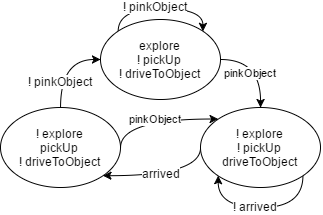
This is images/autSimple.png from MOD-ASL/HSCC2017, a draw.io export, as it was before one commit. Source tidied: cells renumbered, new cells last; positions are measured from the earlier drawing's top-left corner, leaving out a move shared by most shapes. The source it was exported from:
```xml
<mxGraphModel background="#ffffff">
  <root>
    <mxCell id="0" />
    <mxCell id="1" parent="0" />
    <mxCell id="2" style="edgeStyle=orthogonalEdgeStyle;curved=1;html=1;exitX=0;exitY=0.5;entryX=1;entryY=1;startArrow=none;startFill=0;endArrow=classic;endFill=1;jettySize=auto;strokeWidth=1;" parent="1" edge="1" source="5" target="12">
      <mxGeometry x="262.4" y="279.1" as="geometry">
        <Array as="points">
          <mxPoint x="200" y="169" />
        </Array>
      </mxGeometry>
    </mxCell>
    <mxCell id="3" value="arrived" style="text;html=1;align=center;verticalAlign=middle;labelBackgroundColor=#ffffff;" parent="2" vertex="1">
      <mxGeometry x="0.07" y="-2" relative="1" as="geometry" />
    </mxCell>
    <mxCell id="4" value="arrived" style="text;html=1;align=center;verticalAlign=middle;labelBackgroundColor=#ffffff;" parent="1" vertex="1">
      <mxGeometry x="161" y="167.2" as="geometry" />
    </mxCell>
    <mxCell id="5" value="! explore&lt;div&gt;! pickUp&lt;/div&gt;&lt;div&gt;driveToObject&lt;/div&gt;" style="ellipse;whiteSpace=wrap;html=1;strokeWidth=1;" parent="1" vertex="1">
      <mxGeometry x="200" y="101" width="120" height="80" as="geometry" />
    </mxCell>
    <mxCell id="6" value="pinkObject" style="edgeStyle=orthogonalEdgeStyle;curved=1;html=1;exitX=1;exitY=0.5;entryX=0.5;entryY=0;startArrow=none;startFill=0;endArrow=classic;endFill=1;jettySize=auto;strokeWidth=1;" parent="1" edge="1" source="7" target="5">
      <mxGeometry x="380" y="191" as="geometry">
        <Array as="points">
          <mxPoint x="260" y="53" />
        </Array>
      </mxGeometry>
    </mxCell>
    <mxCell id="7" value="explore&lt;div&gt;! pickUp&lt;/div&gt;&lt;div&gt;! driveToObject&lt;/div&gt;" style="ellipse;whiteSpace=wrap;html=1;strokeWidth=1;" parent="1" vertex="1">
      <mxGeometry x="100" y="13" width="120" height="80" as="geometry" />
    </mxCell>
    <mxCell id="8" style="edgeStyle=orthogonalEdgeStyle;curved=1;html=1;exitX=0.5;exitY=0;entryX=0;entryY=0.5;startArrow=none;startFill=0;endArrow=classic;endFill=1;jettySize=auto;strokeWidth=1;" parent="1" edge="1" source="12" target="7">
      <mxGeometry x="220" y="191" as="geometry">
        <Array as="points">
          <mxPoint x="60" y="53" />
        </Array>
      </mxGeometry>
    </mxCell>
    <mxCell id="9" value="! pinkObject" style="text;html=1;align=center;verticalAlign=middle;labelBackgroundColor=#ffffff;" parent="8" vertex="1">
      <mxGeometry x="-0.1" y="1" relative="1" as="geometry">
        <mxPoint x="1" y="13" as="offset" />
      </mxGeometry>
    </mxCell>
    <mxCell id="10" value="! pinkObject" style="text;html=1;align=center;verticalAlign=middle;labelBackgroundColor=#ffffff;" parent="1" vertex="1">
      <mxGeometry x="60" y="74.6" as="geometry">
        <mxPoint x="1" y="13" as="offset" />
      </mxGeometry>
    </mxCell>
    <mxCell id="11" value="pinkObject" style="edgeStyle=orthogonalEdgeStyle;curved=1;html=1;exitX=1;exitY=0.5;entryX=0;entryY=0;startArrow=none;startFill=0;endArrow=classic;endFill=1;jettySize=auto;strokeWidth=1;" parent="1" edge="1" source="12" target="5">
      <mxGeometry x="280" y="250.5" as="geometry">
        <Array as="points">
          <mxPoint x="120" y="113" />
        </Array>
      </mxGeometry>
    </mxCell>
    <mxCell id="12" value="! explore&lt;div&gt;pickUp&lt;/div&gt;&lt;div&gt;! driveToObject&lt;/div&gt;" style="ellipse;whiteSpace=wrap;html=1;strokeWidth=1;" parent="1" vertex="1">
      <mxGeometry y="101" width="120" height="80" as="geometry" />
    </mxCell>
    <mxCell id="13" style="edgeStyle=orthogonalEdgeStyle;curved=1;html=1;exitX=0;exitY=0;entryX=1;entryY=0;startArrow=none;startFill=0;endArrow=classic;endFill=1;jettySize=auto;orthogonalLoop=1;strokeWidth=1;" parent="1" edge="1" source="7" target="7">
      <mxGeometry x="277.7" y="140" as="geometry">
        <Array as="points">
          <mxPoint x="118" y="2" />
          <mxPoint x="202" y="2" />
        </Array>
      </mxGeometry>
    </mxCell>
    <mxCell id="14" value="! pinkObject" style="text;html=1;align=center;verticalAlign=middle;labelBackgroundColor=#ffffff;" parent="13" vertex="1">
      <mxGeometry x="-0.08" y="2" relative="1" as="geometry" />
    </mxCell>
    <mxCell id="15" value="! pinkObject" style="text;html=1;align=center;verticalAlign=middle;labelBackgroundColor=#ffffff;" parent="1" vertex="1">
      <mxGeometry x="154.8" as="geometry" />
    </mxCell>
    <mxCell id="16" style="edgeStyle=orthogonalEdgeStyle;curved=1;html=1;exitX=1;exitY=1;entryX=0;entryY=1;startArrow=none;startFill=0;endArrow=classic;endFill=1;jettySize=auto;orthogonalLoop=1;strokeWidth=1;" parent="1" edge="1" source="5" target="5">
      <mxGeometry x="377.7" y="307.2" as="geometry">
        <Array as="points">
          <mxPoint x="302" y="201" />
          <mxPoint x="218" y="201" />
        </Array>
      </mxGeometry>
    </mxCell>
    <mxCell id="17" value="! arrived" style="text;html=1;align=center;verticalAlign=middle;labelBackgroundColor=#ffffff;" parent="16" vertex="1">
      <mxGeometry x="0.08" y="-1" relative="1" as="geometry" />
    </mxCell>
    <mxCell id="18" value="! arrived" style="text;html=1;align=center;verticalAlign=middle;labelBackgroundColor=#ffffff;" parent="1" vertex="1">
      <mxGeometry x="254.3" y="200.1" as="geometry" />
    </mxCell>
  </root>
</mxGraphModel>
```
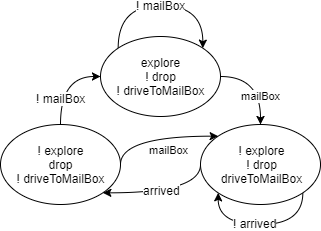
Later version of the same file.

Commit message:
Finish all hadas comments in highlevel, reconf and library section

What changed in the source:
```diff
@@ -2,7 +2,7 @@
   <root>
     <mxCell id="0" />
     <mxCell id="1" parent="0" />
-    <mxCell id="2" style="edgeStyle=orthogonalEdgeStyle;curved=1;html=1;exitX=0;exitY=0.5;entryX=1;entryY=1;startArrow=none;startFill=0;endArrow=classic;endFill=1;jettySize=auto;strokeWidth=1;" parent="1" edge="1" source="5" target="12">
+    <mxCell id="2" style="edgeStyle=orthogonalEdgeStyle;curved=1;html=1;exitX=0;exitY=0.5;entryX=1;entryY=1;startArrow=none;startFill=0;endArrow=classic;endFill=1;jettySize=auto;strokeWidth=1;" parent="1" edge="1" source="5" target="11">
       <mxGeometry x="262.4" y="279.1" as="geometry">
         <Array as="points">
           <mxPoint x="200" y="169" />
@@ -15,73 +15,68 @@
     <mxCell id="4" value="arrived" style="text;html=1;align=center;verticalAlign=middle;labelBackgroundColor=#ffffff;" parent="1" vertex="1">
       <mxGeometry x="161" y="167.2" as="geometry" />
     </mxCell>
-    <mxCell id="5" value="! explore&lt;div&gt;! pickUp&lt;/div&gt;&lt;div&gt;driveToObject&lt;/div&gt;" style="ellipse;whiteSpace=wrap;html=1;strokeWidth=1;" parent="1" vertex="1">
+    <mxCell id="5" value="! explore&lt;div&gt;! drop&lt;/div&gt;&lt;div&gt;driveTo&lt;span&gt;MailBox&lt;/span&gt;&lt;/div&gt;" style="ellipse;whiteSpace=wrap;html=1;strokeWidth=1;" parent="1" vertex="1">
       <mxGeometry x="200" y="101" width="120" height="80" as="geometry" />
     </mxCell>
-    <mxCell id="6" value="pinkObject" style="edgeStyle=orthogonalEdgeStyle;curved=1;html=1;exitX=1;exitY=0.5;entryX=0.5;entryY=0;startArrow=none;startFill=0;endArrow=classic;endFill=1;jettySize=auto;strokeWidth=1;" parent="1" edge="1" source="7" target="5">
-      <mxGeometry x="380" y="191" as="geometry">
+    <mxCell id="6" value="mailBox" style="edgeStyle=orthogonalEdgeStyle;curved=1;html=1;exitX=1;exitY=0.5;entryX=0.5;entryY=0;startArrow=none;startFill=0;endArrow=classic;endFill=1;jettySize=auto;strokeWidth=1;" parent="1" edge="1" source="7" target="5">
+      <mxGeometry as="geometry">
         <Array as="points">
           <mxPoint x="260" y="53" />
         </Array>
+        <mxPoint x="20" y="-5" as="offset" />
       </mxGeometry>
     </mxCell>
-    <mxCell id="7" value="explore&lt;div&gt;! pickUp&lt;/div&gt;&lt;div&gt;! driveToObject&lt;/div&gt;" style="ellipse;whiteSpace=wrap;html=1;strokeWidth=1;" parent="1" vertex="1">
+    <mxCell id="7" value="explore&lt;div&gt;! drop&lt;/div&gt;&lt;div&gt;! driveToMailBox&lt;/div&gt;" style="ellipse;whiteSpace=wrap;html=1;strokeWidth=1;" parent="1" vertex="1">
       <mxGeometry x="100" y="13" width="120" height="80" as="geometry" />
     </mxCell>
-    <mxCell id="8" style="edgeStyle=orthogonalEdgeStyle;curved=1;html=1;exitX=0.5;exitY=0;entryX=0;entryY=0.5;startArrow=none;startFill=0;endArrow=classic;endFill=1;jettySize=auto;strokeWidth=1;" parent="1" edge="1" source="12" target="7">
+    <mxCell id="8" style="edgeStyle=orthogonalEdgeStyle;curved=1;html=1;exitX=0.5;exitY=0;entryX=0;entryY=0.5;startArrow=none;startFill=0;endArrow=classic;endFill=1;jettySize=auto;strokeWidth=1;" parent="1" edge="1" source="11" target="7">
       <mxGeometry x="220" y="191" as="geometry">
         <Array as="points">
           <mxPoint x="60" y="53" />
         </Array>
       </mxGeometry>
     </mxCell>
-    <mxCell id="9" value="! pinkObject" style="text;html=1;align=center;verticalAlign=middle;labelBackgroundColor=#ffffff;" parent="8" vertex="1">
+    <mxCell id="9" value="! mailBox" style="text;html=1;align=center;verticalAlign=middle;labelBackgroundColor=#ffffff;" parent="8" vertex="1">
       <mxGeometry x="-0.1" y="1" relative="1" as="geometry">
         <mxPoint x="1" y="13" as="offset" />
       </mxGeometry>
     </mxCell>
-    <mxCell id="10" value="! pinkObject" style="text;html=1;align=center;verticalAlign=middle;labelBackgroundColor=#ffffff;" parent="1" vertex="1">
-      <mxGeometry x="60" y="74.6" as="geometry">
-        <mxPoint x="1" y="13" as="offset" />
+    <mxCell id="10" value="mailBox" style="edgeStyle=orthogonalEdgeStyle;curved=1;html=1;exitX=1;exitY=0.5;entryX=0;entryY=0;startArrow=none;startFill=0;endArrow=classic;endFill=1;jettySize=auto;strokeWidth=1;" parent="1" edge="1" source="11" target="5">
+      <mxGeometry x="280" y="250.5" as="geometry">
+        <Array as="points">
+          <mxPoint x="120" y="113" />
+        </Array>
       </mxGeometry>
     </mxCell>
-    <mxCell id="11" value="pinkObject" style="edgeStyle=orthogonalEdgeStyle;curved=1;html=1;exitX=1;exitY=0.5;entryX=0;entryY=0;startArrow=none;startFill=0;endArrow=classic;endFill=1;jettySize=auto;strokeWidth=1;" parent="1" edge="1" source="12" target="5">
-      <mxGeometry x="280" y="250.5" as="geometry">
-        <Array as="points">
-          <mxPoint x="120" y="113" />
-        </Array>
-      </mxGeometry>
+    <mxCell id="11" value="! explore&lt;div&gt;drop&lt;/div&gt;&lt;div&gt;! driveTo&lt;span&gt;MailBox&lt;/span&gt;&lt;/div&gt;" style="ellipse;whiteSpace=wrap;html=1;strokeWidth=1;" parent="1" vertex="1">
+      <mxGeometry y="101" width="120" height="80" as="geometry" />
     </mxCell>
-    <mxCell id="12" value="! explore&lt;div&gt;pickUp&lt;/div&gt;&lt;div&gt;! driveToObject&lt;/div&gt;" style="ellipse;whiteSpace=wrap;html=1;strokeWidth=1;" parent="1" vertex="1">
-      <mxGeometry y="101" width="120" height="80" as="geometry" />
+    <mxCell id="12" style="edgeStyle=orthogonalEdgeStyle;curved=1;html=1;exitX=1;exitY=1;entryX=0;entryY=1;startArrow=none;startFill=0;endArrow=classic;endFill=1;jettySize=auto;orthogonalLoop=1;strokeWidth=1;" parent="1" edge="1" source="5" target="5">
+      <mxGeometry x="377.7" y="307.2" as="geometry">
+        <Array as="points">
+          <mxPoint x="302" y="201" />
+          <mxPoint x="218" y="201" />
+        </Array>
+      </mxGeometry>
     </mxCell>
-    <mxCell id="13" style="edgeStyle=orthogonalEdgeStyle;curved=1;html=1;exitX=0;exitY=0;entryX=1;entryY=0;startArrow=none;startFill=0;endArrow=classic;endFill=1;jettySize=auto;orthogonalLoop=1;strokeWidth=1;" parent="1" edge="1" source="7" target="7">
-      <mxGeometry x="277.7" y="140" as="geometry">
-        <Array as="points">
-          <mxPoint x="118" y="2" />
-          <mxPoint x="202" y="2" />
-        </Array>
-      </mxGeometry>
+    <mxCell id="13" value="! arrived" style="text;html=1;align=center;verticalAlign=middle;labelBackgroundColor=#ffffff;" parent="12" vertex="1">
+      <mxGeometry x="0.08" y="-1" relative="1" as="geometry" />
     </mxCell>
-    <mxCell id="14" value="! pinkObject" style="text;html=1;align=center;verticalAlign=middle;labelBackgroundColor=#ffffff;" parent="13" vertex="1">
-      <mxGeometry x="-0.08" y="2" relative="1" as="geometry" />
+    <mxCell id="14" value="! arrived" style="text;html=1;align=center;verticalAlign=middle;labelBackgroundColor=#ffffff;" parent="1" vertex="1">
+      <mxGeometry x="254.3" y="200.1" as="geometry" />
     </mxCell>
-    <mxCell id="15" value="! pinkObject" style="text;html=1;align=center;verticalAlign=middle;labelBackgroundColor=#ffffff;" parent="1" vertex="1">
-      <mxGeometry x="154.8" as="geometry" />
+    <mxCell id="15" style="edgeStyle=orthogonalEdgeStyle;html=1;exitX=0;exitY=0;entryX=1;entryY=0;startArrow=none;startFill=0;endArrow=classic;endFill=1;jettySize=auto;orthogonalLoop=1;strokeWidth=1;fontSize=16;curved=1;" parent="1" edge="1" source="7" target="7">
+      <mxGeometry relative="1" as="geometry">
+        <Array as="points">
+          <mxPoint x="118" y="-18" />
+          <mxPoint x="202" y="-18" />
+        </Array>
+      </mxGeometry>
     </mxCell>
-    <mxCell id="16" style="edgeStyle=orthogonalEdgeStyle;curved=1;html=1;exitX=1;exitY=1;entryX=0;entryY=1;startArrow=none;startFill=0;endArrow=classic;endFill=1;jettySize=auto;orthogonalLoop=1;strokeWidth=1;" parent="1" edge="1" source="5" target="5">
-      <mxGeometry x="377.7" y="307.2" as="geometry">
-        <Array as="points">
-          <mxPoint x="302" y="201" />
-          <mxPoint x="218" y="201" />
-        </Array>
+    <mxCell id="16" value="! mailBox" style="text;html=1;align=center;verticalAlign=middle;labelBackgroundColor=#ffffff;fontSize=12;" parent="15" vertex="1">
+      <mxGeometry x="-0.13" relative="1" as="geometry">
+        <mxPoint x="11" as="offset" />
       </mxGeometry>
     </mxCell>
-    <mxCell id="17" value="! arrived" style="text;html=1;align=center;verticalAlign=middle;labelBackgroundColor=#ffffff;" parent="16" vertex="1">
-      <mxGeometry x="0.08" y="-1" relative="1" as="geometry" />
-    </mxCell>
-    <mxCell id="18" value="! arrived" style="text;html=1;align=center;verticalAlign=middle;labelBackgroundColor=#ffffff;" parent="1" vertex="1">
-      <mxGeometry x="254.3" y="200.1" as="geometry" />
-    </mxCell>
   </root>
 </mxGraphModel>
```
